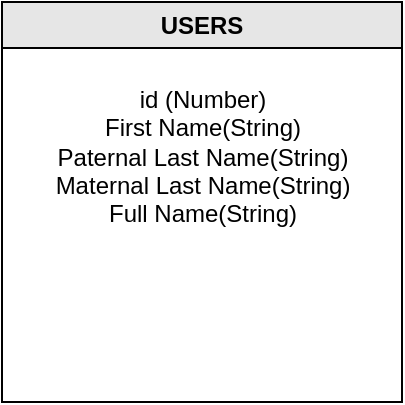
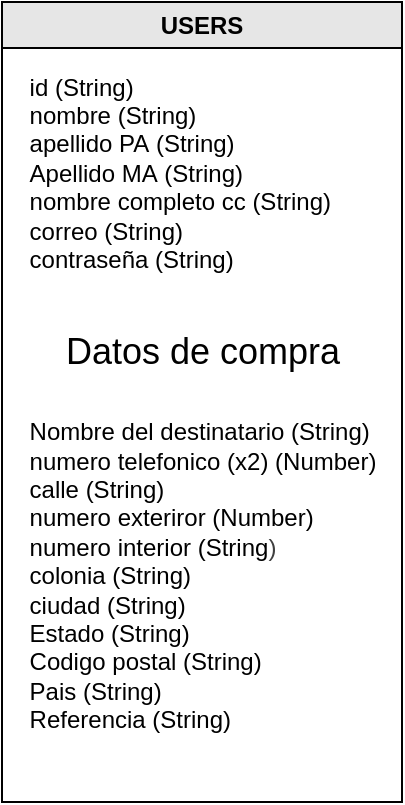
<mxfile host="65bd71144e">
    <diagram id="C_9A8dujNdoNl37aYCaB" name="Page-1">
-         <mxGraphModel dx="835" dy="347" grid="1" gridSize="10" guides="1" tooltips="1" connect="1" arrows="1" fold="1" page="1" pageScale="1" pageWidth="850" pageHeight="1100" math="0" shadow="0">
+         <mxGraphModel dx="622" dy="322" grid="1" gridSize="10" guides="1" tooltips="1" connect="1" arrows="1" fold="1" page="1" pageScale="1" pageWidth="850" pageHeight="1100" math="0" shadow="0">
            <root>
                <mxCell id="0"/>
                <mxCell id="1" parent="0"/>
-                 <mxCell id="3" value="USERS" style="swimlane;whiteSpace=wrap;html=1;strokeColor=default;fillColor=#E6E6E6;" vertex="1" parent="1">
-                     <mxGeometry x="120" y="60" width="200" height="200" as="geometry"/>
+                 <mxCell id="3" value="USERS" style="swimlane;whiteSpace=wrap;html=1;strokeColor=default;fillColor=#E6E6E6;" parent="1" vertex="1">
+                     <mxGeometry x="120" y="60" width="200" height="400" as="geometry"/>
                </mxCell>
-                 <mxCell id="5" value="&lt;div&gt;&lt;br&gt;&lt;/div&gt;&lt;div&gt;&lt;font color=&quot;#000000&quot;&gt;id (Number)&lt;/font&gt;&lt;/div&gt;&lt;div&gt;&lt;font color=&quot;#000000&quot;&gt;First Name(String)&lt;/font&gt;&lt;/div&gt;&lt;div&gt;&lt;font color=&quot;#000000&quot;&gt;Paternal Last Name(String)&lt;/font&gt;&lt;/div&gt;&lt;div&gt;&lt;font color=&quot;#000000&quot;&gt;Maternal Last Name(String)&lt;/font&gt;&lt;/div&gt;&lt;div&gt;&lt;font color=&quot;#000000&quot;&gt;Full Name(String)&lt;/font&gt;&lt;/div&gt;" style="text;html=1;align=center;verticalAlign=middle;resizable=0;points=[];autosize=1;strokeColor=none;fillColor=none;" vertex="1" parent="3">
-                     <mxGeometry x="15" y="20" width="170" height="100" as="geometry"/>
+                 <mxCell id="6" value="&lt;div style=&quot;text-align: justify;&quot;&gt;&lt;span style=&quot;background-color: transparent;&quot;&gt;id (String)&lt;/span&gt;&lt;/div&gt;&lt;div style=&quot;text-align: justify;&quot;&gt;nombre&amp;nbsp;&lt;span style=&quot;color: rgb(0, 0, 0); background-color: transparent;&quot;&gt;(String)&lt;/span&gt;&lt;/div&gt;&lt;div style=&quot;text-align: justify;&quot;&gt;apellido PA&amp;nbsp;&lt;span style=&quot;color: rgb(0, 0, 0); background-color: transparent;&quot;&gt;(String)&lt;/span&gt;&lt;/div&gt;&lt;div style=&quot;text-align: justify;&quot;&gt;Apellido MA&amp;nbsp;&lt;span style=&quot;color: rgb(0, 0, 0); background-color: transparent;&quot;&gt;(String)&lt;/span&gt;&lt;/div&gt;&lt;div style=&quot;text-align: justify;&quot;&gt;nombre completo cc&amp;nbsp;&lt;span style=&quot;color: rgb(0, 0, 0); background-color: transparent;&quot;&gt;(String)&lt;/span&gt;&lt;/div&gt;&lt;div style=&quot;text-align: justify;&quot;&gt;correo&amp;nbsp;&lt;span style=&quot;color: rgb(0, 0, 0); background-color: transparent;&quot;&gt;(String)&lt;/span&gt;&lt;/div&gt;&lt;div style=&quot;text-align: justify;&quot;&gt;contraseña&amp;nbsp;&lt;span style=&quot;color: rgb(0, 0, 0); background-color: transparent;&quot;&gt;(String)&lt;/span&gt;&lt;/div&gt;&lt;div&gt;&lt;span style=&quot;color: rgb(0, 0, 0); background-color: transparent;&quot;&gt;&lt;br&gt;&lt;/span&gt;&lt;/div&gt;&lt;div&gt;&lt;br&gt;&lt;/div&gt;&lt;div&gt;&lt;font style=&quot;font-size: 18px;&quot;&gt;Datos de compra&lt;/font&gt;&lt;/div&gt;&lt;div&gt;&lt;font style=&quot;font-size: 18px;&quot;&gt;&lt;br&gt;&lt;/font&gt;&lt;/div&gt;&lt;div style=&quot;text-align: justify;&quot;&gt;Nombre del destinatario&amp;nbsp;&lt;span style=&quot;color: rgb(0, 0, 0); background-color: transparent;&quot;&gt;(String)&lt;/span&gt;&lt;/div&gt;&lt;div style=&quot;text-align: justify;&quot;&gt;numero telefonico (x2)&amp;nbsp;&lt;span style=&quot;color: rgb(0, 0, 0); background-color: transparent;&quot;&gt;(Number)&lt;/span&gt;&lt;/div&gt;&lt;div style=&quot;text-align: justify;&quot;&gt;calle&amp;nbsp;&lt;span style=&quot;color: rgb(0, 0, 0); background-color: transparent;&quot;&gt;(String)&lt;/span&gt;&lt;/div&gt;&lt;div style=&quot;text-align: justify;&quot;&gt;numero exteriror&amp;nbsp;&lt;span style=&quot;color: rgb(0, 0, 0); background-color: transparent;&quot;&gt;(Number)&lt;/span&gt;&lt;/div&gt;&lt;div style=&quot;text-align: justify;&quot;&gt;numero interior (&lt;span style=&quot;color: rgb(0, 0, 0); background-color: transparent;&quot;&gt;String&lt;/span&gt;&lt;span style=&quot;color: rgb(63, 63, 63); background-color: transparent;&quot;&gt;)&lt;/span&gt;&lt;/div&gt;&lt;div style=&quot;text-align: justify;&quot;&gt;colonia&amp;nbsp;&lt;span style=&quot;color: rgb(0, 0, 0); background-color: transparent;&quot;&gt;(String)&lt;/span&gt;&lt;/div&gt;&lt;div style=&quot;text-align: justify;&quot;&gt;ciudad&amp;nbsp;&lt;span style=&quot;color: rgb(0, 0, 0); background-color: transparent;&quot;&gt;(String)&lt;/span&gt;&lt;/div&gt;&lt;div style=&quot;text-align: justify;&quot;&gt;Estado&amp;nbsp;&lt;span style=&quot;color: rgb(0, 0, 0); background-color: transparent;&quot;&gt;(String)&lt;/span&gt;&lt;/div&gt;&lt;div style=&quot;text-align: justify;&quot;&gt;Codigo postal&amp;nbsp;&lt;span style=&quot;color: rgb(0, 0, 0); background-color: transparent;&quot;&gt;(String)&lt;/span&gt;&lt;/div&gt;&lt;div style=&quot;text-align: justify;&quot;&gt;Pais&amp;nbsp;&lt;span style=&quot;color: rgb(0, 0, 0); background-color: transparent;&quot;&gt;(String)&lt;/span&gt;&lt;/div&gt;&lt;div style=&quot;text-align: justify;&quot;&gt;Referencia&amp;nbsp;&lt;span style=&quot;color: rgb(0, 0, 0); background-color: transparent;&quot;&gt;(String)&lt;/span&gt;&lt;/div&gt;&lt;div&gt;&lt;span style=&quot;color: rgb(0, 0, 0); background-color: transparent;&quot;&gt;&lt;br&gt;&lt;/span&gt;&lt;/div&gt;&lt;div&gt;&lt;br&gt;&lt;/div&gt;" style="text;html=1;align=center;verticalAlign=middle;resizable=0;points=[];autosize=1;strokeColor=none;fillColor=none;" vertex="1" parent="3">
+                     <mxGeometry y="30" width="200" height="370" as="geometry"/>
                </mxCell>
            </root>
        </mxGraphModel>
    </diagram>
</mxfile>